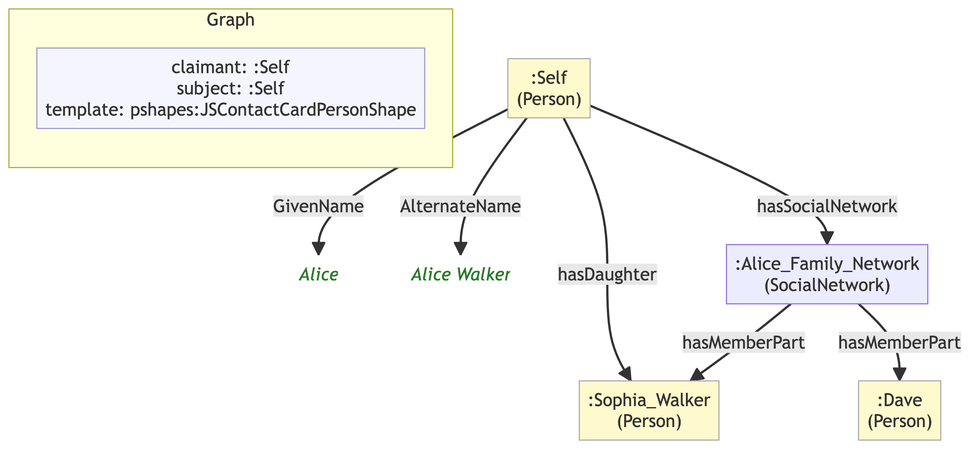
Above: example/graphs/images/graph-21.png in MeeFoundation/mia-ontologies (Mermaid), before the change. Its source is kept beside it as example/graphs/images/graph-21.mmd.
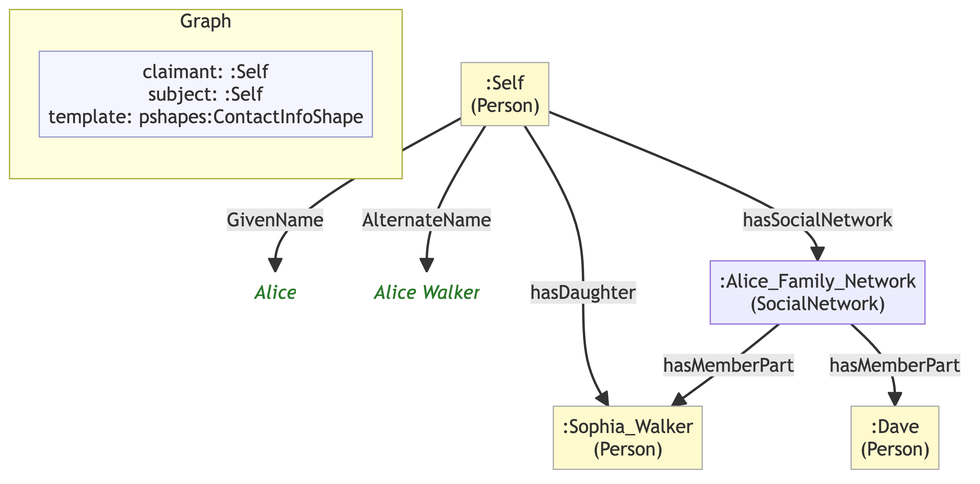
The same diagram one commit later.

What changed in the source:
```diff
@@ -6,19 +6,19 @@
 
     subgraph ctx["Graph"]
         direction LR
-        ctx_meta["claimant: :Self\nsubject: :Self\ntemplate: pshapes:JSContactCardPersonShape"]:::meta
+        ctx_meta["claimant: :Self\nsubject: :Self\ntemplate: pshapes:ContactInfoShape"]:::meta
     end
 
     n29ddd4160a4b[":Alice_Family_Network\n(SocialNetwork)"]
     n2862909bb09a[":Sophia_Walker\n(Person)"]:::person
     n1c28f5f47932[":Dave\n(Person)"]:::person
     ne0c3ba92f1db[":Self\n(Person)"]:::person
-    n8c081226ffaa("Alice"):::lit
-    n1162704a6f51("Alice Walker"):::lit
+    n5166b9d83c0b("Alice"):::lit
+    n2840c63b9399("Alice Walker"):::lit
 
     n29ddd4160a4b -->|"hasMemberPart"| n2862909bb09a
     n29ddd4160a4b -->|"hasMemberPart"| n1c28f5f47932
-    ne0c3ba92f1db -->|"GivenName"| n8c081226ffaa
-    ne0c3ba92f1db -->|"AlternateName"| n1162704a6f51
+    ne0c3ba92f1db -->|"GivenName"| n5166b9d83c0b
+    ne0c3ba92f1db -->|"AlternateName"| n2840c63b9399
     ne0c3ba92f1db -->|"hasDaughter"| n2862909bb09a
     ne0c3ba92f1db -->|"hasSocialNetwork"| n29ddd4160a4b
```
